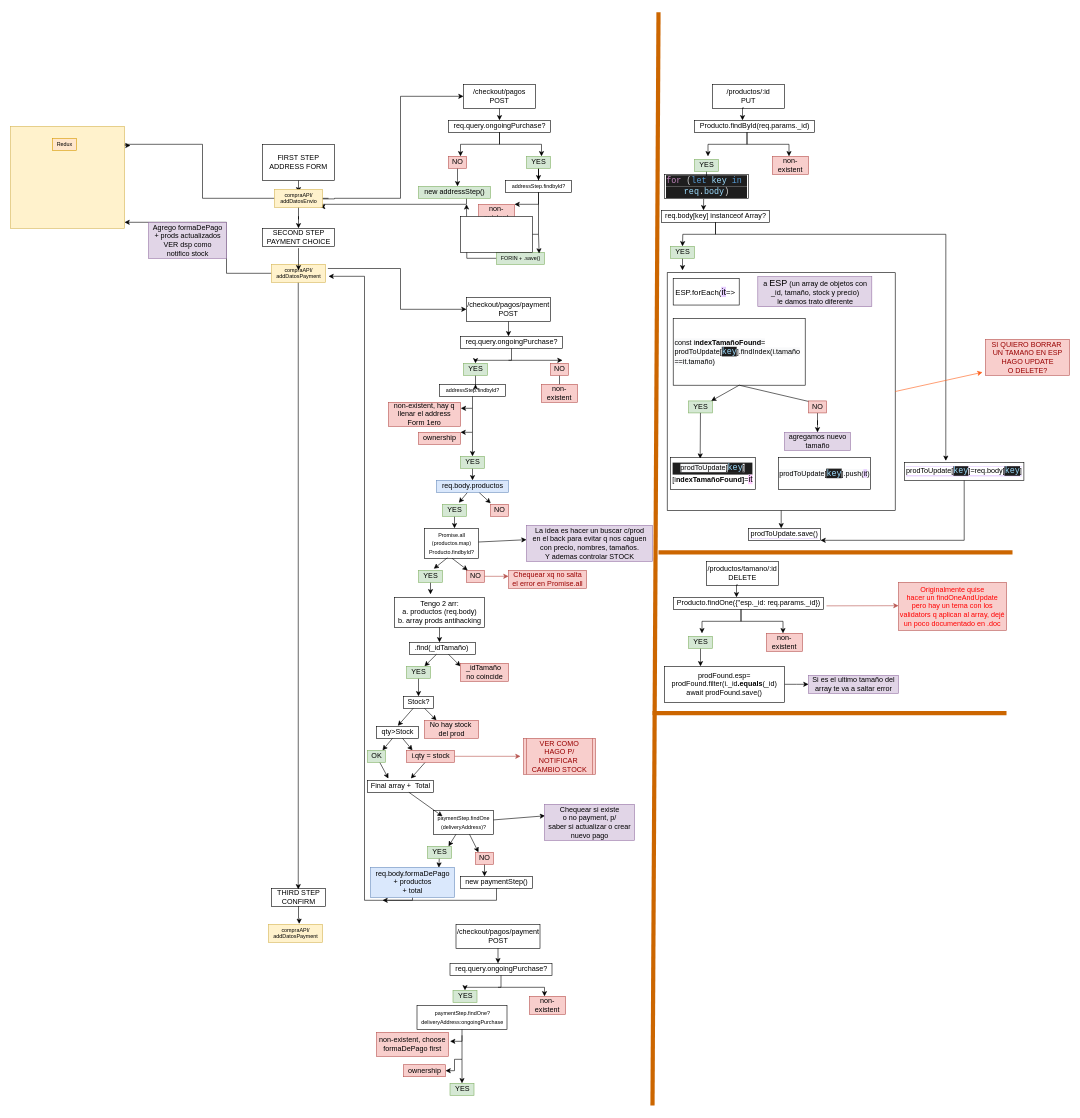
Above: PERFUMERIAMUNDIAL/Untitled Diagram.drawio in CarelessAsado/Graphs (draw.io), before the change. Source tidied: cells renumbered, new cells numbered last; positions are measured from the earlier drawing's top-left corner, leaving out a move shared by most shapes. Both pictures are drawn from the tidied source at 60%, with x=0, y=0 at pixel (10, 12).
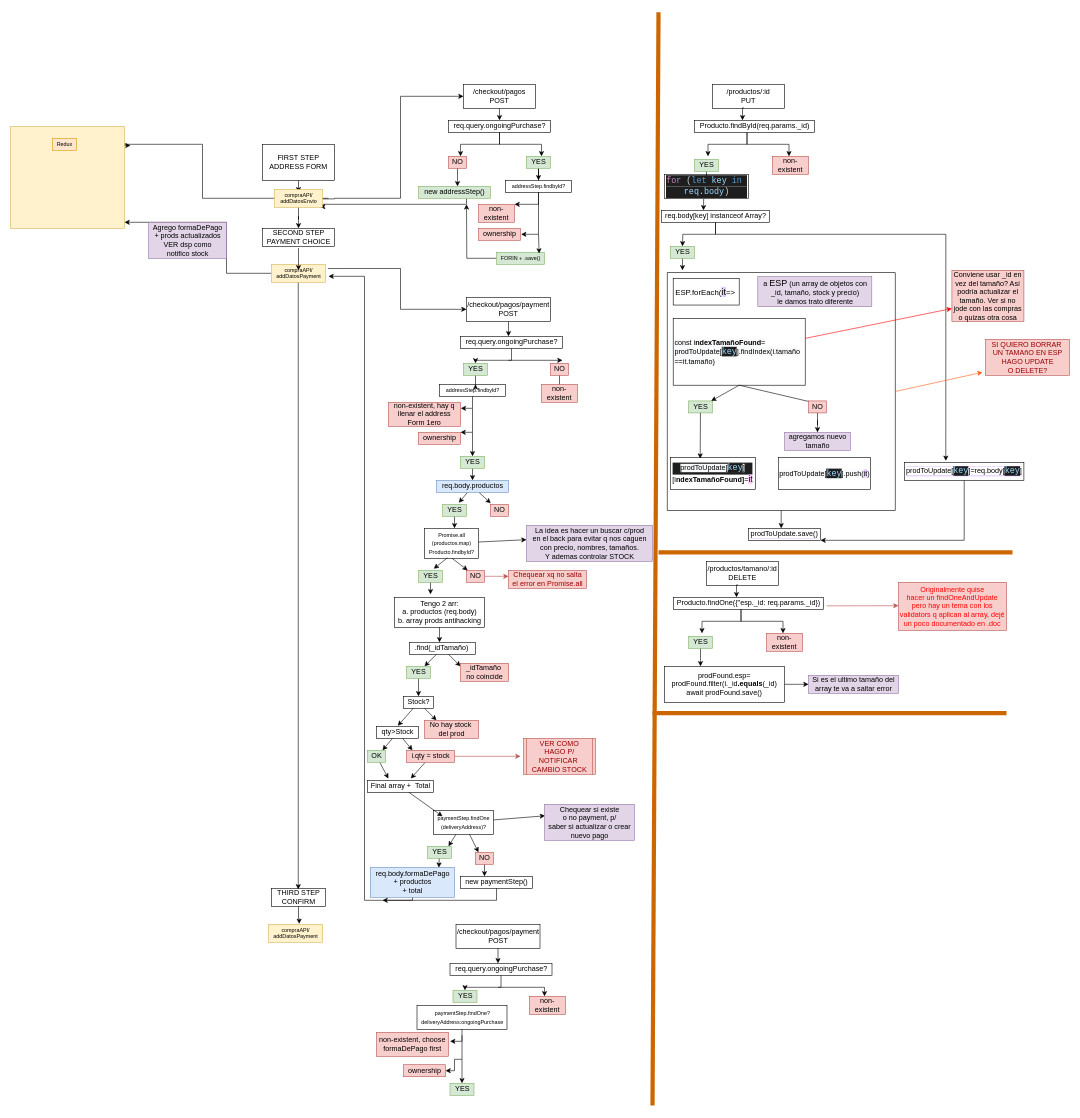
Above is the later version.

Unchanged cells that the change refers to:
```xml
<mxCell id="150" value="&lt;span style=&quot;color: rgb(0 , 0 , 0) ; font-family: &amp;#34;helvetica&amp;#34; ; font-size: 12px ; font-style: normal ; font-weight: 400 ; letter-spacing: normal ; text-indent: 0px ; text-transform: none ; word-spacing: 0px ; background-color: rgb(248 , 249 , 250)&quot;&gt;const i&lt;b&gt;ndexTamañoFound&lt;/b&gt;= prodToUpdate[&lt;/span&gt;&lt;span style=&quot;color: rgb(0 , 0 , 0) ; font-family: &amp;#34;helvetica&amp;#34; ; font-size: 12px ; font-style: normal ; font-weight: 400 ; letter-spacing: normal ; text-indent: 0px ; text-transform: none ; word-spacing: 0px ; background-color: rgb(248 , 249 , 250)&quot;&gt;&lt;font color=&quot;#9cdcfe&quot; face=&quot;consolas, courier new, monospace&quot;&gt;&lt;span style=&quot;font-size: 14px ; background-color: rgb(30 , 30 , 30)&quot;&gt;key&lt;/span&gt;&lt;/font&gt;&lt;/span&gt;&lt;span style=&quot;color: rgb(0 , 0 , 0) ; font-family: &amp;#34;helvetica&amp;#34; ; font-size: 12px ; font-style: normal ; font-weight: 400 ; letter-spacing: normal ; text-indent: 0px ; text-transform: none ; word-spacing: 0px ; background-color: rgb(248 , 249 , 250)&quot;&gt;].findIndex(i.tamaño ==it.tamaño)&lt;/span&gt;" style="rounded=0;whiteSpace=wrap;html=1;align=left;" parent="142" vertex="1">
  <mxGeometry x="10" y="76.2" width="220" height="111.3" as="geometry" />
</mxCell>
```

Diff of the diagram source:
```diff
@@
-    <mxCell id="160" style="rounded=0;whiteSpace=wrap;html=1;labelBackgroundColor=#FFFFFF;fontSize=15;" parent="1" vertex="1">
-      <mxGeometry x="750" y="340" width="120" height="60" as="geometry" />
-    </mxCell>
@@
+    <mxCell id="178" value="Conviene usar _id en vez del tamaño? Así podría actualizar el tamaño. Ver si no jode con las compras o quizas otra cosa" style="rounded=0;whiteSpace=wrap;html=1;fillColor=#f8cecc;strokeColor=#b85450;" parent="1" vertex="1">
+      <mxGeometry x="1569" y="430" width="120" height="85" as="geometry" />
+    </mxCell>
+    <mxCell id="179" style="endArrow=classic;html=1;rounded=0;entryX=0;entryY=0.75;entryDx=0;entryDy=0;strokeColor=#FF0000;" parent="1" edge="1" source="150" target="178">
+      <mxGeometry relative="1" as="geometry" />
+    </mxCell>
```
